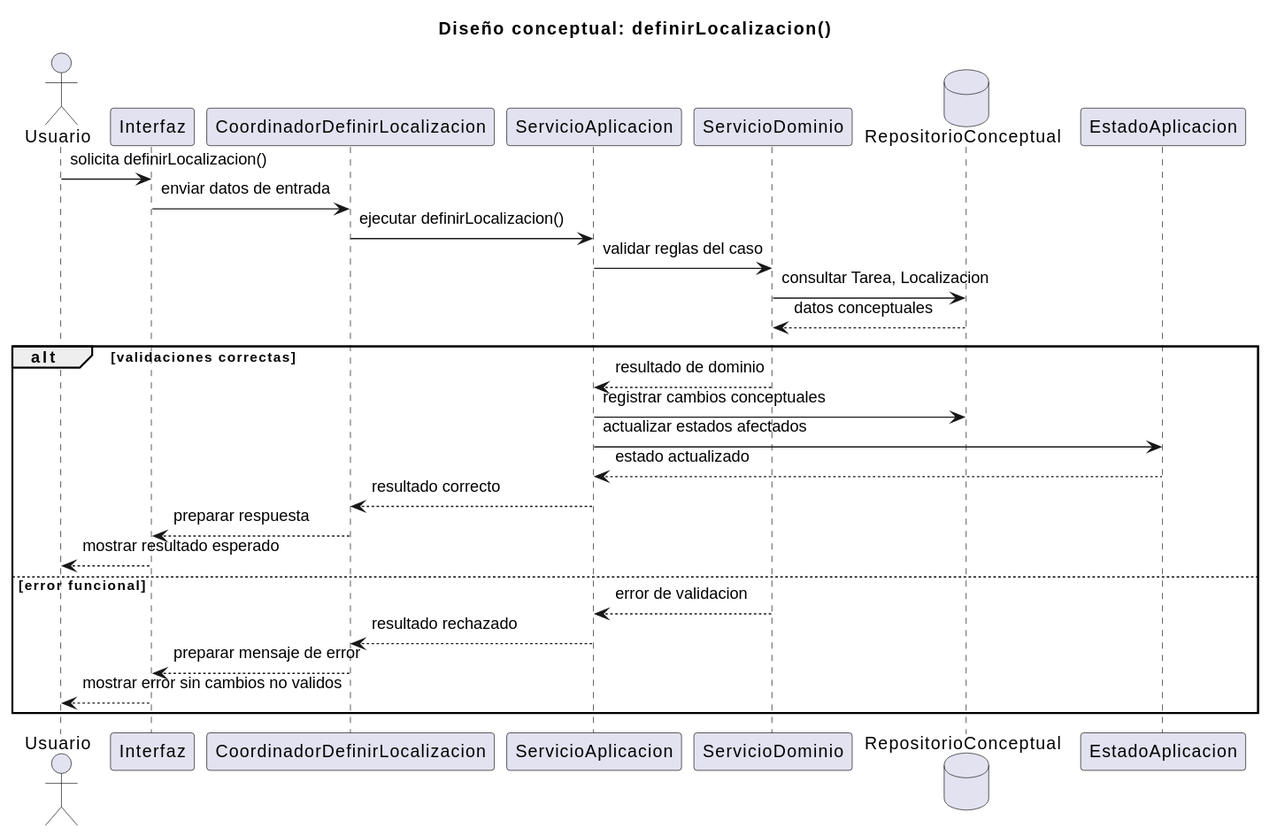
Earlier version of the PlantUML export documents/RUP/02-diseño/casos-uso/planificacion-configuracion/definirLocalizacion/secuencia.svg (inigovaqueroo04/25-26-idsw2-sdVC).
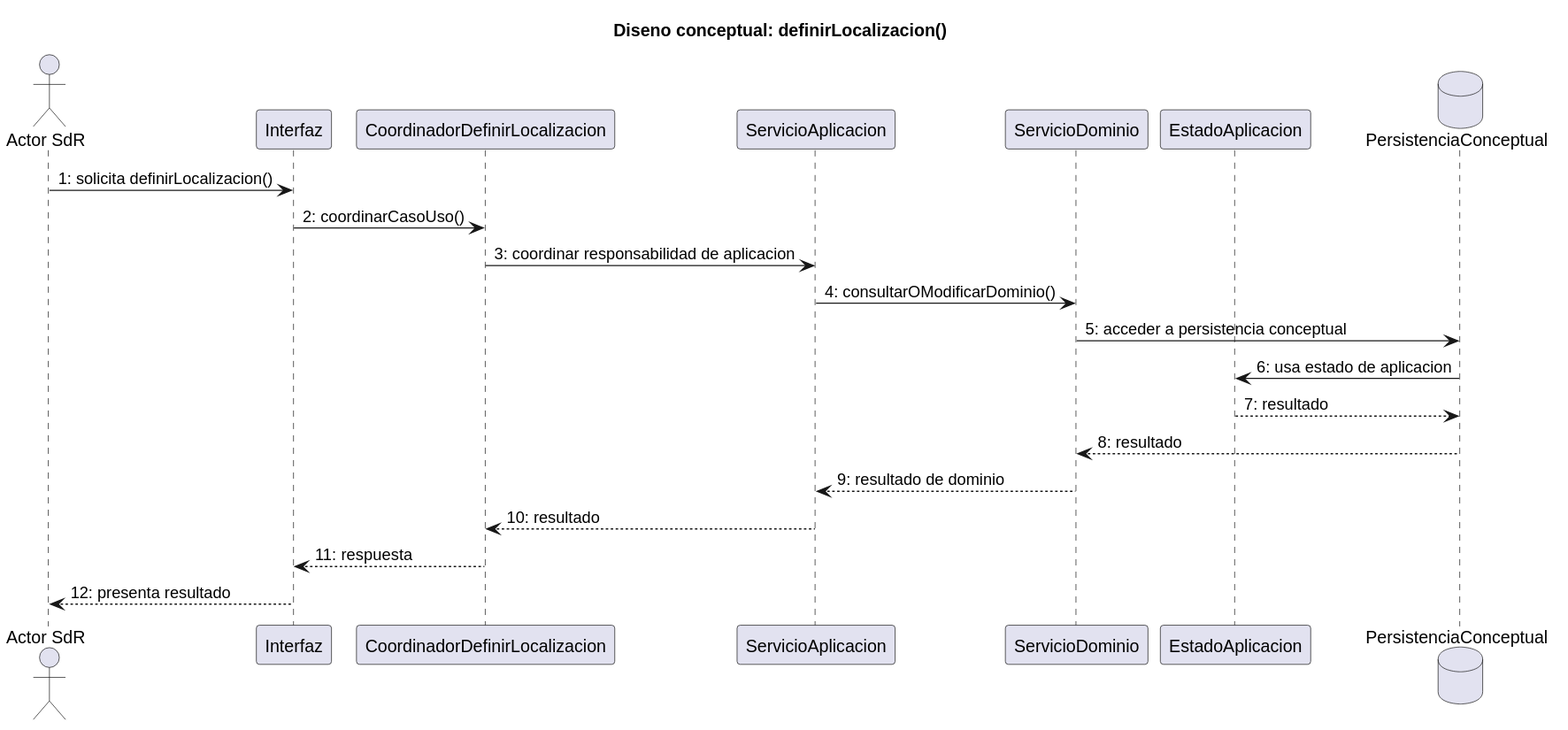
After the commit.

Commit message:
docs: ajustar diseno de definir localizacion

Diff of the diagram source:
```diff
@@ -1,33 +1,24 @@
 @startuml
-title Diseño conceptual: definirLocalizacion()
+title Diseno conceptual: definirLocalizacion()
 
-actor "Usuario" as Usuario
+actor "Actor SdR" as Actor
 participant "Interfaz" as Interfaz
 participant "CoordinadorDefinirLocalizacion" as Coordinador
 participant "ServicioAplicacion" as ServicioAplicacion
 participant "ServicioDominio" as ServicioDominio
-database "RepositorioConceptual" as Repositorio
 participant "EstadoAplicacion" as EstadoAplicacion
+database "PersistenciaConceptual" as Persistencia
 
-Usuario -> Interfaz : solicita definirLocalizacion()
-Interfaz -> Coordinador : enviar datos de entrada
-Coordinador -> ServicioAplicacion : ejecutar definirLocalizacion()
-ServicioAplicacion -> ServicioDominio : validar reglas del caso
-ServicioDominio -> Repositorio : consultar Tarea, Localizacion
-Repositorio --> ServicioDominio : datos conceptuales
-
-alt validaciones correctas
-  ServicioDominio --> ServicioAplicacion : resultado de dominio
-  ServicioAplicacion -> Repositorio : registrar cambios conceptuales
-  ServicioAplicacion -> EstadoAplicacion : actualizar estados afectados
-  EstadoAplicacion --> ServicioAplicacion : estado actualizado
-  ServicioAplicacion --> Coordinador : resultado correcto
-  Coordinador --> Interfaz : preparar respuesta
-  Interfaz --> Usuario : mostrar resultado esperado
-else error funcional
-  ServicioDominio --> ServicioAplicacion : error de validacion
-  ServicioAplicacion --> Coordinador : resultado rechazado
-  Coordinador --> Interfaz : preparar mensaje de error
-  Interfaz --> Usuario : mostrar error sin cambios no validos
-end
+Actor -> Interfaz : 1: solicita definirLocalizacion()
+Interfaz -> Coordinador : 2: coordinarCasoUso()
+Coordinador -> ServicioAplicacion : 3: coordinar responsabilidad de aplicacion
+ServicioAplicacion -> ServicioDominio : 4: consultarOModificarDominio()
+ServicioDominio -> Persistencia : 5: acceder a persistencia conceptual
+Persistencia -> EstadoAplicacion : 6: usa estado de aplicacion
+EstadoAplicacion --> Persistencia : 7: resultado
+Persistencia --> ServicioDominio : 8: resultado
+ServicioDominio --> ServicioAplicacion : 9: resultado de dominio
+ServicioAplicacion --> Coordinador : 10: resultado
+Coordinador --> Interfaz : 11: respuesta
+Interfaz --> Actor : 12: presenta resultado
 @enduml
```
